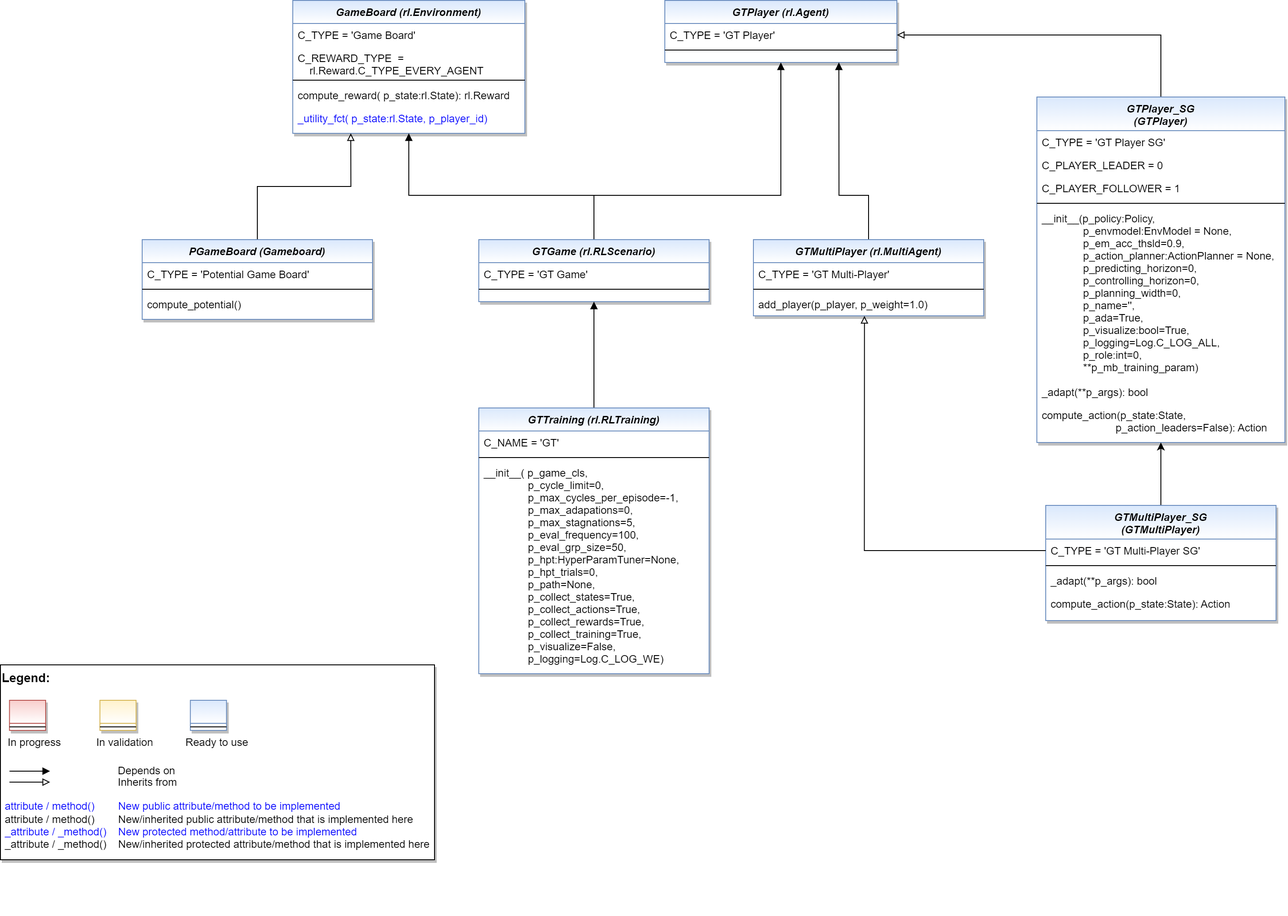
The draw.io diagram doc/rtd/content/04_appendices/appendix2/sub/core/mlpro_gt/images/MLPro-GT_class_diagram.drawio.png in fhswf/MLPro, before a commit. Source tidied: cells renumbered, new cells last; positions are measured from the earlier drawing's top-left corner, leaving out a move shared by most shapes.
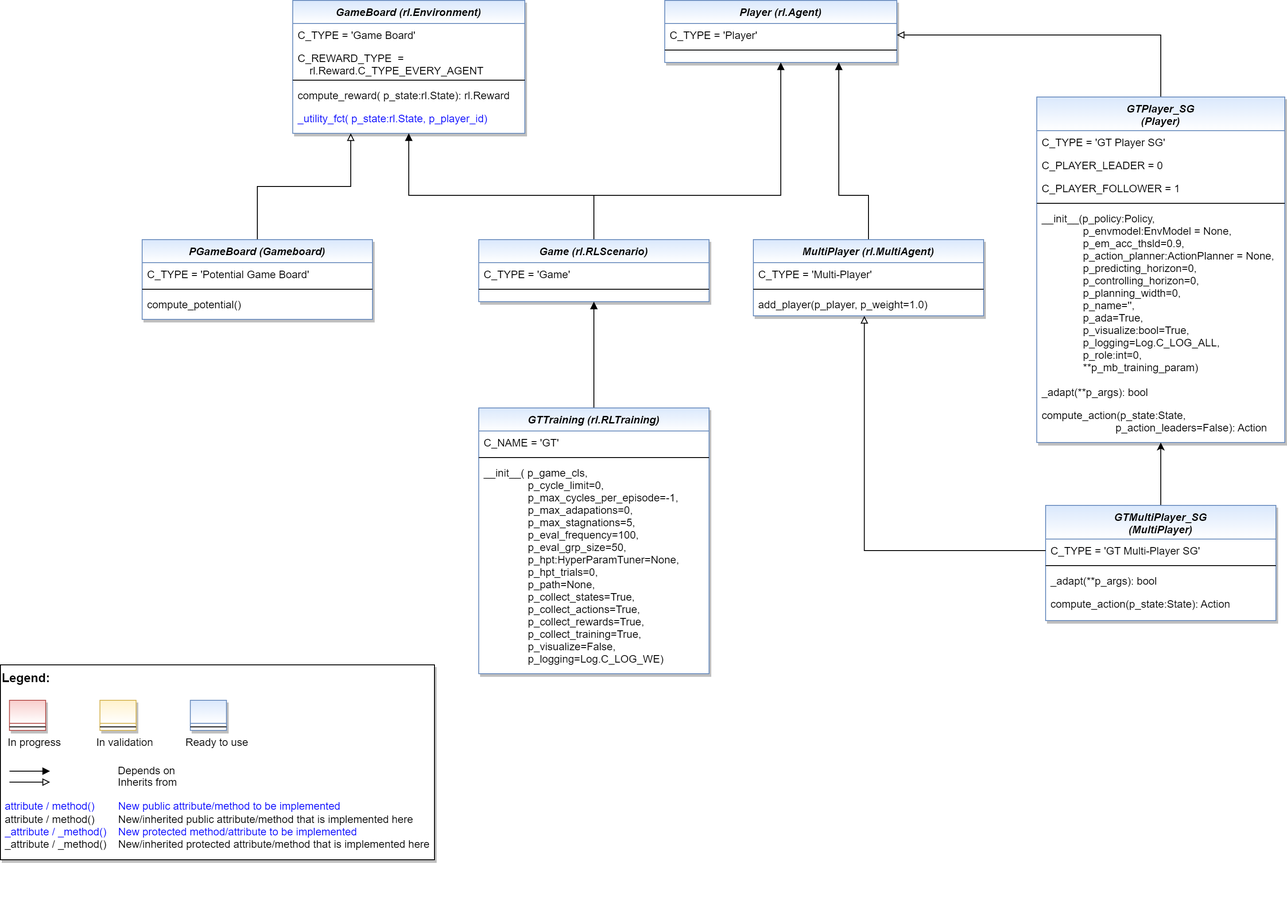
After the commit.

What changed in the source:
```diff
@@ -43,10 +43,10 @@
     <mxCell id="11" style="line;html=1;strokeWidth=1;align=left;verticalAlign=middle;spacingTop=-1;spacingLeft=3;spacingRight=3;labelPosition=right;" parent="10" vertex="1">
       <mxGeometry y="26" width="40.8" height="8" as="geometry" />
     </mxCell>
-    <mxCell id="12" value="GTPlayer (rl.Agent)" style="swimlane;fontStyle=3;align=center;verticalAlign=top;horizontal=1;startSize=26;rounded=0;shadow=1;strokeWidth=1;fillColor=#dae8fc;strokeColor=#6c8ebf;gradientColor=#ffffff;swimlaneFillColor=#ffffff;" parent="1" vertex="1">
+    <mxCell id="12" value="Player (rl.Agent)" style="swimlane;fontStyle=3;align=center;verticalAlign=top;horizontal=1;startSize=26;rounded=0;shadow=1;strokeWidth=1;fillColor=#dae8fc;strokeColor=#6c8ebf;gradientColor=#ffffff;swimlaneFillColor=#ffffff;" parent="1" vertex="1">
       <mxGeometry x="750" width="262" height="70" as="geometry" />
     </mxCell>
-    <mxCell id="13" value="C_TYPE = 'GT Player'" style="text;align=left;verticalAlign=top;spacingLeft=4;spacingRight=4;overflow=hidden;points=[[0,0.5],[1,0.5]];portConstraint=eastwest;" parent="12" vertex="1">
+    <mxCell id="13" value="C_TYPE = 'Player'" style="text;align=left;verticalAlign=top;spacingLeft=4;spacingRight=4;overflow=hidden;points=[[0,0.5],[1,0.5]];portConstraint=eastwest;" parent="12" vertex="1">
       <mxGeometry y="26" width="262" height="26" as="geometry" />
     </mxCell>
     <mxCell id="14" style="line;html=1;strokeWidth=1;align=left;verticalAlign=middle;spacingTop=-1;spacingLeft=3;spacingRight=3;labelPosition=right;" parent="12" vertex="1">
@@ -86,10 +86,10 @@
         </Array>
       </mxGeometry>
     </mxCell>
-    <mxCell id="23" value="GTGame (rl.RLScenario)" style="swimlane;fontStyle=3;align=center;verticalAlign=top;horizontal=1;startSize=26;rounded=0;shadow=1;strokeWidth=1;fillColor=#dae8fc;strokeColor=#6c8ebf;gradientColor=#ffffff;swimlaneFillColor=#ffffff;" parent="1" vertex="1">
+    <mxCell id="23" value="Game (rl.RLScenario)" style="swimlane;fontStyle=3;align=center;verticalAlign=top;horizontal=1;startSize=26;rounded=0;shadow=1;strokeWidth=1;fillColor=#dae8fc;strokeColor=#6c8ebf;gradientColor=#ffffff;swimlaneFillColor=#ffffff;" parent="1" vertex="1">
       <mxGeometry x="540" y="270" width="260" height="70" as="geometry" />
     </mxCell>
-    <mxCell id="24" value="C_TYPE = 'GT Game'" style="text;align=left;verticalAlign=top;spacingLeft=4;spacingRight=4;overflow=hidden;" parent="23" vertex="1">
+    <mxCell id="24" value="C_TYPE = 'Game'" style="text;align=left;verticalAlign=top;spacingLeft=4;spacingRight=4;overflow=hidden;" parent="23" vertex="1">
       <mxGeometry y="26" width="260" height="26" as="geometry" />
     </mxCell>
     <mxCell id="25" style="line;html=1;strokeWidth=1;align=left;verticalAlign=middle;spacingTop=-1;spacingLeft=3;spacingRight=3;labelPosition=right;" parent="23" vertex="1">
@@ -118,10 +118,10 @@
         </Array>
       </mxGeometry>
     </mxCell>
-    <mxCell id="32" value="GTMultiPlayer (rl.MultiAgent)" style="swimlane;fontStyle=3;align=center;verticalAlign=top;horizontal=1;startSize=26;rounded=0;shadow=1;strokeWidth=1;fillColor=#dae8fc;strokeColor=#6c8ebf;gradientColor=#ffffff;swimlaneFillColor=#ffffff;" parent="1" vertex="1">
+    <mxCell id="32" value="MultiPlayer (rl.MultiAgent)" style="swimlane;fontStyle=3;align=center;verticalAlign=top;horizontal=1;startSize=26;rounded=0;shadow=1;strokeWidth=1;fillColor=#dae8fc;strokeColor=#6c8ebf;gradientColor=#ffffff;swimlaneFillColor=#ffffff;" parent="1" vertex="1">
       <mxGeometry x="850" y="270" width="260" height="86" as="geometry" />
     </mxCell>
-    <mxCell id="33" value="C_TYPE = 'GT Multi-Player'" style="text;align=left;verticalAlign=top;spacingLeft=4;spacingRight=4;overflow=hidden;" parent="32" vertex="1">
+    <mxCell id="33" value="C_TYPE = 'Multi-Player'" style="text;align=left;verticalAlign=top;spacingLeft=4;spacingRight=4;overflow=hidden;" parent="32" vertex="1">
       <mxGeometry y="26" width="260" height="26" as="geometry" />
     </mxCell>
     <mxCell id="34" style="line;html=1;strokeWidth=1;align=left;verticalAlign=middle;spacingTop=-1;spacingLeft=3;spacingRight=3;labelPosition=right;" parent="32" vertex="1">
@@ -148,7 +148,7 @@
     <mxCell id="41" style="edgeStyle=orthogonalEdgeStyle;rounded=0;jettySize=auto;html=1;exitX=0.5;exitY=0;exitDx=0;exitDy=0;endArrow=block;endFill=0;" parent="1" edge="1" source="42" target="13">
       <mxGeometry relative="1" as="geometry" />
     </mxCell>
-    <mxCell id="42" value="GTPlayer_SG&#10;(GTPlayer)" style="swimlane;fontStyle=3;align=center;verticalAlign=top;horizontal=1;startSize=38;rounded=0;shadow=1;strokeWidth=1;fillColor=#dae8fc;strokeColor=#6c8ebf;swimlaneFillColor=#ffffff;gradientColor=#FFFFFF;" parent="1" vertex="1">
+    <mxCell id="42" value="GTPlayer_SG&#10;(Player)" style="swimlane;fontStyle=3;align=center;verticalAlign=top;horizontal=1;startSize=38;rounded=0;shadow=1;strokeWidth=1;fillColor=#dae8fc;strokeColor=#6c8ebf;swimlaneFillColor=#ffffff;gradientColor=#FFFFFF;" parent="1" vertex="1">
       <mxGeometry x="1170" y="109" width="280" height="390" as="geometry" />
     </mxCell>
     <mxCell id="43" value="C_TYPE = 'GT Player SG'" style="text;align=left;verticalAlign=top;spacingLeft=4;spacingRight=4;overflow=hidden;" parent="42" vertex="1">
@@ -175,7 +175,7 @@
     <mxCell id="50" style="edgeStyle=orthogonalEdgeStyle;rounded=0;jettySize=auto;html=1;exitX=0.5;exitY=0;exitDx=0;exitDy=0;entryX=0.5;entryY=1;entryDx=0;entryDy=0;endArrow=classic;endFill=1;" parent="1" edge="1" source="51" target="42">
       <mxGeometry relative="1" as="geometry" />
     </mxCell>
-    <mxCell id="51" value="GTMultiPlayer_SG&#10;(GTMultiPlayer)" style="swimlane;fontStyle=3;align=center;verticalAlign=top;horizontal=1;startSize=38;rounded=0;shadow=1;strokeWidth=1;fillColor=#dae8fc;strokeColor=#6c8ebf;swimlaneFillColor=#ffffff;gradientColor=#FFFFFF;" parent="1" vertex="1">
+    <mxCell id="51" value="GTMultiPlayer_SG&#10;(MultiPlayer)" style="swimlane;fontStyle=3;align=center;verticalAlign=top;horizontal=1;startSize=38;rounded=0;shadow=1;strokeWidth=1;fillColor=#dae8fc;strokeColor=#6c8ebf;swimlaneFillColor=#ffffff;gradientColor=#FFFFFF;" parent="1" vertex="1">
       <mxGeometry x="1180" y="570" width="260" height="130" as="geometry" />
     </mxCell>
     <mxCell id="52" value="C_TYPE = 'GT Multi-Player SG'" style="text;align=left;verticalAlign=top;spacingLeft=4;spacingRight=4;overflow=hidden;points=[[0,0.5],[1,0.5]];portConstraint=eastwest;" parent="51" vertex="1">
```
